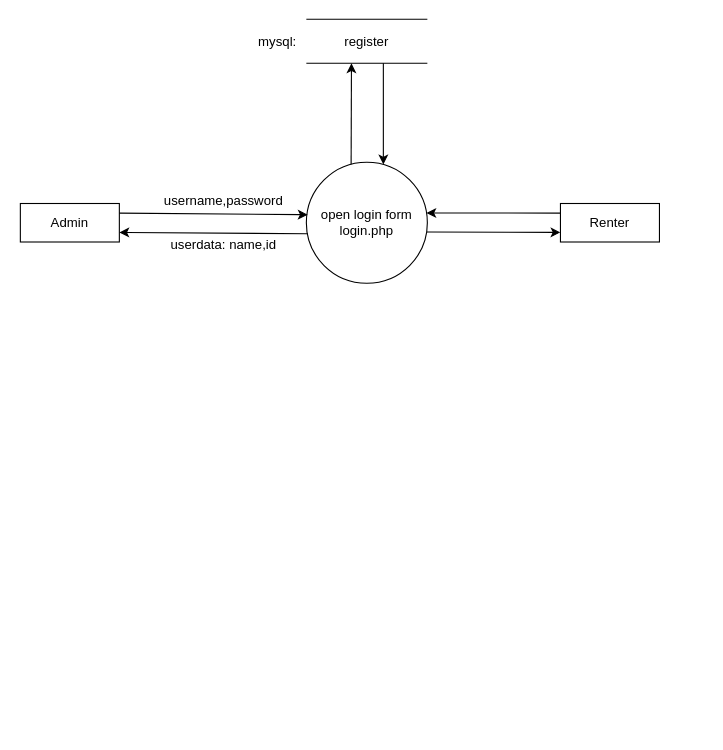
The draw.io diagram physical_dfd_final.drawio in aashu-kattel/Sys.-Analysis-Design, before the edit. Source tidied: cells renumbered, new cells numbered last; positions are measured from the earlier drawing's top-left corner, leaving out a move shared by most shapes. Both pictures are drawn from the tidied source at 110%, with x=0, y=0 at pixel (20, 19).
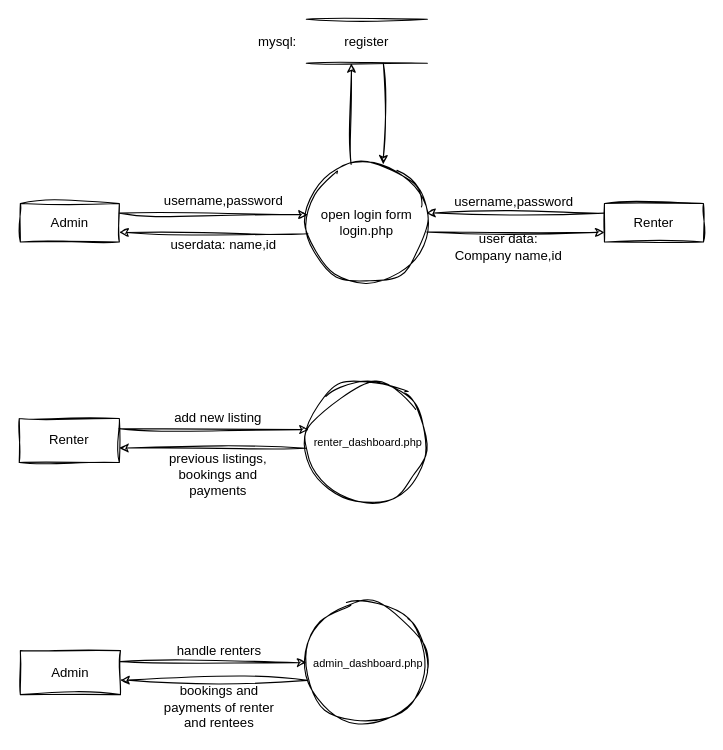
After the change.

Diff of the diagram source:
```diff
@@
-    <mxCell id="2" value="Admin" style="rounded=0;whiteSpace=wrap;html=1;" parent="1" vertex="1">
+    <mxCell id="2" value="Admin" style="rounded=0;whiteSpace=wrap;html=1;sketch=1;curveFitting=1;jiggle=2;" parent="1" vertex="1">
       <mxGeometry y="167.5" width="90" height="35" as="geometry" />
     </mxCell>
-    <mxCell id="3" value="open login form&lt;br&gt;login.php" style="ellipse;whiteSpace=wrap;html=1;" parent="1" vertex="1">
+    <mxCell id="3" value="open login form&lt;br&gt;login.php" style="ellipse;whiteSpace=wrap;html=1;sketch=1;curveFitting=1;jiggle=2;" parent="1" vertex="1">
       <mxGeometry x="260" y="130" width="110" height="110" as="geometry" />
     </mxCell>
-    <mxCell id="4" style="endArrow=none;html=1;rounded=0;" parent="1" edge="1">
+    <mxCell id="4" style="endArrow=none;html=1;rounded=0;sketch=1;curveFitting=1;jiggle=2;" parent="1" edge="1">
       <mxGeometry relative="1" as="geometry">
         <mxPoint x="260" as="sourcePoint" />
         <mxPoint x="370" as="targetPoint" />
       </mxGeometry>
     </mxCell>
-    <mxCell id="5" style="endArrow=none;html=1;rounded=0;" parent="1" edge="1">
+    <mxCell id="5" style="endArrow=none;html=1;rounded=0;sketch=1;curveFitting=1;jiggle=2;" parent="1" edge="1">
       <mxGeometry relative="1" as="geometry">
         <mxPoint x="260" y="40" as="sourcePoint" />
         <mxPoint x="370" y="40" as="targetPoint" />
       </mxGeometry>
     </mxCell>
-    <mxCell id="6" style="endArrow=classic;html=1;rounded=0;exitX=1;exitY=0.25;exitDx=0;exitDy=0;entryX=0.011;entryY=0.433;entryDx=0;entryDy=0;entryPerimeter=0;" parent="1" edge="1" source="2" target="3">
+    <mxCell id="6" style="endArrow=classic;html=1;rounded=0;exitX=1;exitY=0.25;exitDx=0;exitDy=0;entryX=0.011;entryY=0.433;entryDx=0;entryDy=0;entryPerimeter=0;sketch=1;curveFitting=1;jiggle=2;" parent="1" edge="1" source="2" target="3">
       <mxGeometry relative="1" as="geometry" />
     </mxCell>
-    <mxCell id="7" style="endArrow=classic;html=1;rounded=0;exitX=0.013;exitY=0.591;exitDx=0;exitDy=0;entryX=1;entryY=0.75;entryDx=0;entryDy=0;exitPerimeter=0;" parent="1" edge="1" source="3" target="2">
+    <mxCell id="7" style="endArrow=classic;html=1;rounded=0;exitX=0.013;exitY=0.591;exitDx=0;exitDy=0;entryX=1;entryY=0.75;entryDx=0;entryDy=0;exitPerimeter=0;sketch=1;curveFitting=1;jiggle=2;" parent="1" edge="1" source="3" target="2">
       <mxGeometry relative="1" as="geometry" />
     </mxCell>
-    <mxCell id="8" style="endArrow=classic;html=1;rounded=0;exitX=0.343;exitY=0.017;exitDx=0;exitDy=0;exitPerimeter=0;" parent="1" edge="1">
+    <mxCell id="8" style="endArrow=classic;html=1;rounded=0;exitX=0.343;exitY=0.017;exitDx=0;exitDy=0;exitPerimeter=0;sketch=1;curveFitting=1;jiggle=2;" parent="1" edge="1">
       <mxGeometry relative="1" as="geometry">
         <mxPoint x="300.7" y="131.9" as="sourcePoint" />
         <mxPoint x="301" y="40" as="targetPoint" />
       </mxGeometry>
     </mxCell>
-    <mxCell id="9" style="endArrow=classic;html=1;rounded=0;exitX=0.343;exitY=0.017;exitDx=0;exitDy=0;exitPerimeter=0;" parent="1" edge="1">
+    <mxCell id="9" style="endArrow=classic;html=1;rounded=0;exitX=0.343;exitY=0.017;exitDx=0;exitDy=0;exitPerimeter=0;sketch=1;curveFitting=1;jiggle=2;" parent="1" edge="1">
       <mxGeometry relative="1" as="geometry">
         <mxPoint x="330" y="40" as="sourcePoint" />
         <mxPoint x="330" y="132" as="targetPoint" />
       </mxGeometry>
     </mxCell>
-    <mxCell id="10" value="username,password" style="text;html=1;strokeColor=none;fillColor=none;align=center;verticalAlign=middle;whiteSpace=wrap;rounded=0;" parent="1" vertex="1">
+    <mxCell id="10" value="username,password" style="text;html=1;strokeColor=none;fillColor=none;align=center;verticalAlign=middle;whiteSpace=wrap;rounded=0;sketch=1;curveFitting=1;jiggle=2;" parent="1" vertex="1">
       <mxGeometry x="130" y="150" width="110" height="30" as="geometry" />
     </mxCell>
-    <mxCell id="11" value="userdata: name,id" style="text;html=1;strokeColor=none;fillColor=none;align=center;verticalAlign=middle;whiteSpace=wrap;rounded=0;" parent="1" vertex="1">
+    <mxCell id="11" value="userdata: name,id" style="text;html=1;strokeColor=none;fillColor=none;align=center;verticalAlign=middle;whiteSpace=wrap;rounded=0;sketch=1;curveFitting=1;jiggle=2;" parent="1" vertex="1">
       <mxGeometry x="130" y="190" width="110" height="30" as="geometry" />
     </mxCell>
-    <mxCell id="12" value="mysql:" style="text;html=1;strokeColor=none;fillColor=none;align=center;verticalAlign=middle;whiteSpace=wrap;rounded=0;" parent="1" vertex="1">
+    <mxCell id="12" value="mysql:" style="text;html=1;strokeColor=none;fillColor=none;align=center;verticalAlign=middle;whiteSpace=wrap;rounded=0;sketch=1;curveFitting=1;jiggle=2;" parent="1" vertex="1">
       <mxGeometry x="204" y="6" width="60" height="30" as="geometry" />
     </mxCell>
-    <mxCell id="13" value="register" style="text;html=1;strokeColor=none;fillColor=none;align=center;verticalAlign=middle;whiteSpace=wrap;rounded=0;" parent="1" vertex="1">
+    <mxCell id="13" value="register" style="text;html=1;strokeColor=none;fillColor=none;align=center;verticalAlign=middle;whiteSpace=wrap;rounded=0;sketch=1;curveFitting=1;jiggle=2;" parent="1" vertex="1">
       <mxGeometry x="285" y="6" width="60" height="30" as="geometry" />
     </mxCell>
-    <mxCell id="14" value="Renter" style="rounded=0;whiteSpace=wrap;html=1;" parent="1" vertex="1">
-      <mxGeometry x="491" y="167.5" width="90" height="35" as="geometry" />
+    <mxCell id="14" value="Renter" style="rounded=0;whiteSpace=wrap;html=1;sketch=1;curveFitting=1;jiggle=2;" parent="1" vertex="1">
+      <mxGeometry x="531" y="167.5" width="90" height="35" as="geometry" />
     </mxCell>
-    <mxCell id="15" style="endArrow=classic;html=1;rounded=0;exitX=0;exitY=0.25;exitDx=0;exitDy=0;entryX=0.992;entryY=0.419;entryDx=0;entryDy=0;entryPerimeter=0;" parent="1" edge="1" source="14" target="3">
+    <mxCell id="15" style="endArrow=classic;html=1;rounded=0;exitX=0;exitY=0.25;exitDx=0;exitDy=0;entryX=0.992;entryY=0.419;entryDx=0;entryDy=0;entryPerimeter=0;sketch=1;curveFitting=1;jiggle=2;" parent="1" edge="1" source="14" target="3">
       <mxGeometry relative="1" as="geometry" />
     </mxCell>
-    <mxCell id="16" style="endArrow=classic;html=1;rounded=0;entryX=0;entryY=0.75;entryDx=0;entryDy=0;exitX=0.995;exitY=0.577;exitDx=0;exitDy=0;exitPerimeter=0;" parent="1" edge="1" source="3" target="14">
+    <mxCell id="16" style="endArrow=classic;html=1;rounded=0;entryX=0;entryY=0.75;entryDx=0;entryDy=0;exitX=0.995;exitY=0.577;exitDx=0;exitDy=0;exitPerimeter=0;sketch=1;curveFitting=1;jiggle=2;" parent="1" edge="1" source="3" target="14">
       <mxGeometry relative="1" as="geometry" />
     </mxCell>
+    <mxCell id="17" value="username,password" style="text;html=1;strokeColor=none;fillColor=none;align=center;verticalAlign=middle;whiteSpace=wrap;rounded=0;sketch=1;curveFitting=1;jiggle=2;" parent="1" vertex="1">
+      <mxGeometry x="399" y="151" width="100" height="30" as="geometry" />
+    </mxCell>
+    <mxCell id="18" value="user data: Company name,id" style="text;html=1;strokeColor=none;fillColor=none;align=center;verticalAlign=middle;whiteSpace=wrap;rounded=0;sketch=1;curveFitting=1;jiggle=2;" parent="1" vertex="1">
+      <mxGeometry x="389" y="192" width="110" height="30" as="geometry" />
+    </mxCell>
+    <mxCell id="19" value="Renter" style="rounded=0;whiteSpace=wrap;html=1;sketch=1;curveFitting=1;jiggle=2;" parent="1" vertex="1">
+      <mxGeometry x="-1" y="363" width="91" height="40" as="geometry" />
+    </mxCell>
+    <mxCell id="20" value="&lt;font style=&quot;font-size: 10px;&quot;&gt;&amp;nbsp;renter_dashboard.php&lt;/font&gt;" style="ellipse;whiteSpace=wrap;html=1;sketch=1;curveFitting=1;jiggle=2;" parent="1" vertex="1">
+      <mxGeometry x="260" y="329" width="110" height="110" as="geometry" />
+    </mxCell>
+    <mxCell id="21" style="endArrow=classic;html=1;rounded=0;exitX=0.013;exitY=0.591;exitDx=0;exitDy=0;exitPerimeter=0;entryX=0.999;entryY=0.67;entryDx=0;entryDy=0;entryPerimeter=0;sketch=1;curveFitting=1;jiggle=2;" parent="1" edge="1" target="19">
+      <mxGeometry relative="1" as="geometry">
+        <mxPoint x="260" y="390" as="sourcePoint" />
+      </mxGeometry>
+    </mxCell>
+    <mxCell id="22" style="endArrow=classic;html=1;rounded=0;exitX=0.997;exitY=0.229;exitDx=0;exitDy=0;exitPerimeter=0;entryX=0.019;entryY=0.401;entryDx=0;entryDy=0;entryPerimeter=0;sketch=1;curveFitting=1;jiggle=2;" parent="1" edge="1" source="19" target="20">
+      <mxGeometry relative="1" as="geometry" />
+    </mxCell>
+    <mxCell id="23" value="add new listing" style="text;html=1;strokeColor=none;fillColor=none;align=center;verticalAlign=middle;whiteSpace=wrap;rounded=0;sketch=1;curveFitting=1;jiggle=2;" parent="1" vertex="1">
+      <mxGeometry x="130" y="348" width="100" height="30" as="geometry" />
+    </mxCell>
+    <mxCell id="24" value="previous listings,&lt;br&gt;bookings and payments" style="text;html=1;strokeColor=none;fillColor=none;align=center;verticalAlign=middle;whiteSpace=wrap;rounded=0;sketch=1;curveFitting=1;jiggle=2;" parent="1" vertex="1">
+      <mxGeometry x="130" y="399" width="100" height="30" as="geometry" />
+    </mxCell>
+    <mxCell id="25" value="&lt;font style=&quot;font-size: 10px;&quot;&gt;&amp;nbsp;admin_dashboard.php&lt;/font&gt;" style="ellipse;whiteSpace=wrap;html=1;sketch=1;curveFitting=1;jiggle=2;" parent="1" vertex="1">
+      <mxGeometry x="260" y="530" width="110" height="110" as="geometry" />
+    </mxCell>
+    <mxCell id="26" value="Admin" style="rounded=0;whiteSpace=wrap;html=1;sketch=1;curveFitting=1;jiggle=2;" parent="1" vertex="1">
+      <mxGeometry y="574" width="91" height="40" as="geometry" />
+    </mxCell>
+    <mxCell id="27" style="endArrow=classic;html=1;rounded=0;exitX=0.013;exitY=0.591;exitDx=0;exitDy=0;exitPerimeter=0;entryX=0.999;entryY=0.67;entryDx=0;entryDy=0;entryPerimeter=0;sketch=1;curveFitting=1;jiggle=2;" parent="1" edge="1" target="26">
+      <mxGeometry relative="1" as="geometry">
+        <mxPoint x="261" y="601" as="sourcePoint" />
+      </mxGeometry>
+    </mxCell>
+    <mxCell id="28" value="handle renters" style="text;html=1;strokeColor=none;fillColor=none;align=center;verticalAlign=middle;whiteSpace=wrap;rounded=0;sketch=1;curveFitting=1;jiggle=2;" parent="1" vertex="1">
+      <mxGeometry x="131" y="559" width="100" height="30" as="geometry" />
+    </mxCell>
+    <mxCell id="29" value="&lt;br&gt;bookings and payments of renter and rentees" style="text;html=1;strokeColor=none;fillColor=none;align=center;verticalAlign=middle;whiteSpace=wrap;rounded=0;sketch=1;curveFitting=1;jiggle=2;" parent="1" vertex="1">
+      <mxGeometry x="126" y="603" width="110" height="30" as="geometry" />
+    </mxCell>
+    <mxCell id="30" style="endArrow=classic;html=1;rounded=0;exitX=1;exitY=0.25;exitDx=0;exitDy=0;entryX=0;entryY=0.5;entryDx=0;entryDy=0;sketch=1;curveFitting=1;jiggle=2;" parent="1" edge="1" source="26">
+      <mxGeometry relative="1" as="geometry">
+        <mxPoint x="260" y="585" as="targetPoint" />
+      </mxGeometry>
+    </mxCell>
```
